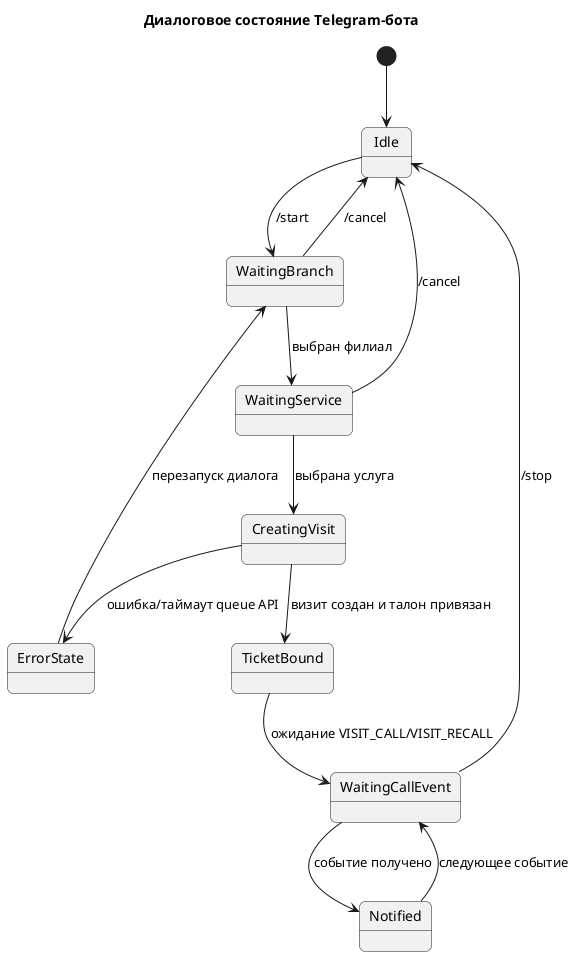
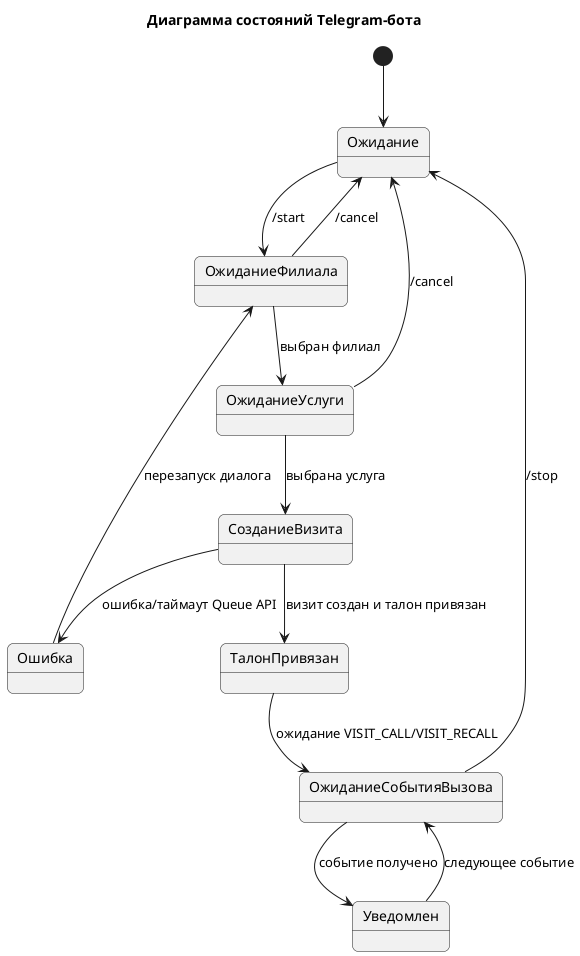
@startuml
skinparam backgroundColor #FFFFFF
skinparam shadowing false
skinparam roundcorner 12
- title Диалоговое состояние Telegram-бота
+ title Диаграмма состояний Telegram-бота

- [*] --> Idle
+ [*] --> Ожидание

- state Idle {
+ state Ожидание {
}

- Idle --> WaitingBranch : /start
- WaitingBranch --> WaitingService : выбран филиал
- WaitingService --> CreatingVisit : выбрана услуга
- CreatingVisit --> TicketBound : визит создан и талон привязан
- CreatingVisit --> ErrorState : ошибка/таймаут queue API
+ Ожидание --> ОжиданиеФилиала : /start
+ ОжиданиеФилиала --> ОжиданиеУслуги : выбран филиал
+ ОжиданиеУслуги --> СозданиеВизита : выбрана услуга
+ СозданиеВизита --> ТалонПривязан : визит создан и талон привязан
+ СозданиеВизита --> Ошибка : ошибка/таймаут Queue API

- TicketBound --> WaitingCallEvent : ожидание VISIT_CALL/VISIT_RECALL
- WaitingCallEvent --> Notified : событие получено
- Notified --> WaitingCallEvent : следующее событие
+ ТалонПривязан --> ОжиданиеСобытияВызова : ожидание VISIT_CALL/VISIT_RECALL
+ ОжиданиеСобытияВызова --> Уведомлен : событие получено
+ Уведомлен --> ОжиданиеСобытияВызова : следующее событие

- ErrorState --> WaitingBranch : перезапуск диалога
- WaitingBranch --> Idle : /cancel
- WaitingService --> Idle : /cancel
- WaitingCallEvent --> Idle : /stop
+ Ошибка --> ОжиданиеФилиала : перезапуск диалога
+ ОжиданиеФилиала --> Ожидание : /cancel
+ ОжиданиеУслуги --> Ожидание : /cancel
+ ОжиданиеСобытияВызова --> Ожидание : /stop
@enduml
